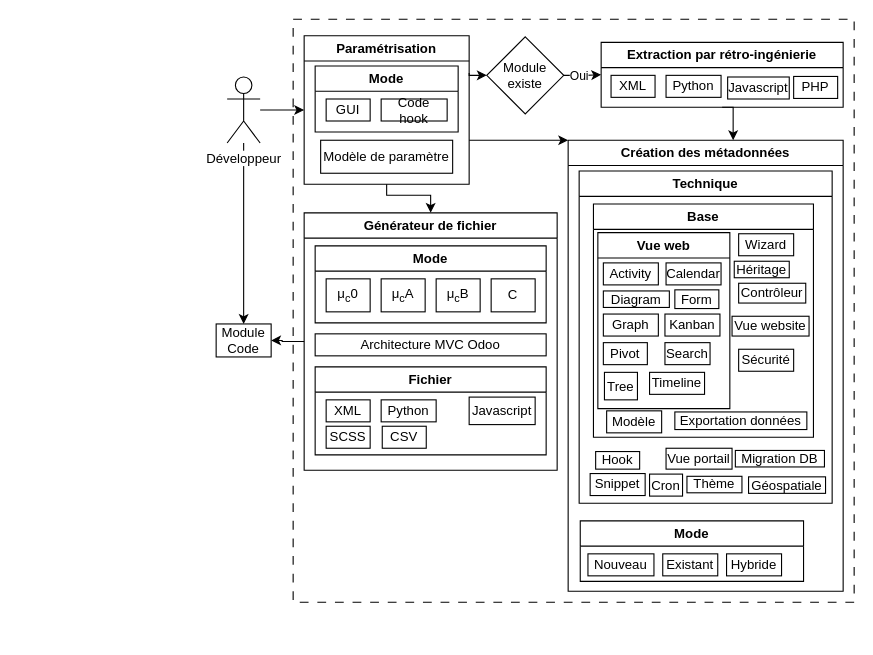
mathben/memoire_generateur_code_2023 keeps this draw.io diagram as diagramme/architecture_machine.drawio. Above is the earlier version. Source tidied: cells renumbered, new cells numbered last; positions are measured from the earlier drawing's top-left corner, leaving out a move shared by most shapes. Both pictures are drawn from the tidied source at 110%, with x=0, y=0 at pixel (216, 19).
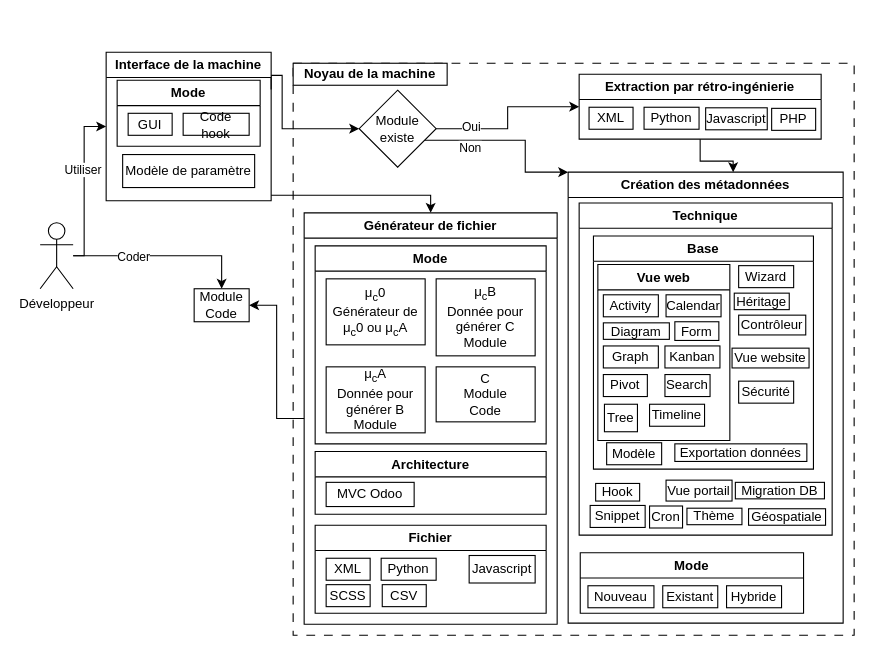
The same page after the edit.

Commit message (it also covers changes not shown here):
[UPD] avancement machine

Unchanged cells that the change refers to:
```xml
<mxCell id="4" style="edgeStyle=orthogonalEdgeStyle;rounded=0;jettySize=auto;html=1;entryX=0.5;entryY=0;entryDx=0;entryDy=0;" parent="1" edge="1" source="5" target="41">
  <mxGeometry relative="1" as="geometry" />
</mxCell>
<mxCell id="42" style="edgeStyle=orthogonalEdgeStyle;rounded=0;jettySize=auto;html=1;entryX=0;entryY=0.5;entryDx=0;entryDy=0;" parent="1" edge="1" source="44" target="12">
  <mxGeometry relative="1" as="geometry" />
</mxCell>
```

Diff of the diagram source:
```diff
@@
     <mxCell id="2" style="rounded=0;whiteSpace=wrap;html=1;dashed=1;dashPattern=8 8;fillColor=none;" parent="1" vertex="1">
-      <mxGeometry x="70" width="510" height="530" as="geometry" />
+      <mxGeometry x="70" y="40" width="510" height="520" as="geometry" />
     </mxCell>
     <mxCell id="3" style="edgeStyle=orthogonalEdgeStyle;rounded=0;jettySize=auto;html=1;entryX=0;entryY=0.5;entryDx=0;entryDy=0;" parent="1" edge="1" source="5" target="9">
-      <mxGeometry relative="1" as="geometry" />
+      <mxGeometry relative="1" as="geometry">
+        <Array as="points">
+          <mxPoint x="-120" y="98" />
+        </Array>
+      </mxGeometry>
     </mxCell>
+    <mxCell id="71" value="Utiliser" style="edgeLabel;html=1;align=center;verticalAlign=middle;" parent="3" vertex="1">
+      <mxGeometry x="0.2" y="2" relative="1" as="geometry" />
+    </mxCell>
@@
+    <mxCell id="72" value="Coder" style="edgeLabel;html=1;align=center;verticalAlign=middle;" parent="4" vertex="1">
+      <mxGeometry x="-0.34" relative="1" as="geometry" />
+    </mxCell>
     <mxCell id="5" value="&lt;span style=&quot;background-color: rgb(255, 255, 255); --darkreader-inline-bgcolor: #181a1b;&quot;&gt;Développeur&lt;/span&gt;" style="shape=umlActor;verticalLabelPosition=bottom;verticalAlign=top;html=1;outlineConnect=0;" parent="1" vertex="1">
-      <mxGeometry x="10" y="52.5" width="30" height="60" as="geometry" />
+      <mxGeometry x="-160" y="185" width="30" height="60" as="geometry" />
     </mxCell>
@@
-    <mxCell id="7" style="edgeStyle=orthogonalEdgeStyle;rounded=0;jettySize=auto;html=1;entryX=0;entryY=0;entryDx=0;entryDy=0;" parent="1" edge="1" source="9" target="16">
+    <mxCell id="7" style="edgeStyle=orthogonalEdgeStyle;rounded=0;jettySize=auto;html=1;entryX=0;entryY=0;entryDx=0;entryDy=0;exitX=0.5;exitY=1;exitDx=0;exitDy=0;" parent="1" edge="1" source="44" target="16">
       <mxGeometry relative="1" as="geometry">
         <Array as="points">
-          <mxPoint x="280" y="110" />
-          <mxPoint x="280" y="110" />
+          <mxPoint x="281" y="110" />
         </Array>
       </mxGeometry>
     </mxCell>
+    <mxCell id="73" value="Non" style="edgeLabel;html=1;align=center;verticalAlign=middle;" parent="7" vertex="1">
+      <mxGeometry x="-0.47" y="1" relative="1" as="geometry">
+        <mxPoint x="35" y="7" as="offset" />
+      </mxGeometry>
+    </mxCell>
     <mxCell id="8" style="edgeStyle=orthogonalEdgeStyle;rounded=0;jettySize=auto;html=1;exitX=1;exitY=0.25;exitDx=0;exitDy=0;entryX=0;entryY=0.5;entryDx=0;entryDy=0;" parent="1" edge="1" source="9" target="44">
       <mxGeometry relative="1" as="geometry">
         <Array as="points">
-          <mxPoint x="230" y="51" />
+          <mxPoint x="50" y="51" />
+          <mxPoint x="60" y="51" />
+          <mxPoint x="60" y="100" />
         </Array>
       </mxGeometry>
     </mxCell>
-    <mxCell id="9" value="Paramétrisation" style="swimlane;whiteSpace=wrap;html=1;" parent="1" vertex="1">
-      <mxGeometry x="80" y="15" width="150" height="135" as="geometry" />
-    </mxCell>
-    <mxCell id="10" value="Modèle de paramètre" style="rounded=0;whiteSpace=wrap;html=1;" parent="9" vertex="1">
-      <mxGeometry x="15" y="95" width="120" height="30" as="geometry" />
-    </mxCell>
@@
-    <mxCell id="12" value="Extraction par rétro-ingénierie" style="swimlane;whiteSpace=wrap;html=1;" parent="1" vertex="1">
-      <mxGeometry x="350" y="21" width="220" height="59" as="geometry" />
-    </mxCell>
-    <mxCell id="13" value="XML" style="rounded=0;whiteSpace=wrap;html=1;" parent="12" vertex="1">
-      <mxGeometry x="9" y="30" width="40" height="20" as="geometry" />
-    </mxCell>
-    <mxCell id="14" value="Python" style="rounded=0;whiteSpace=wrap;html=1;" parent="12" vertex="1">
-      <mxGeometry x="59" y="30" width="50" height="20" as="geometry" />
-    </mxCell>
-    <mxCell id="15" value="PHP" style="rounded=0;whiteSpace=wrap;html=1;" parent="12" vertex="1">
-      <mxGeometry x="175" y="31" width="40" height="20" as="geometry" />
-    </mxCell>
     <mxCell id="16" value="Création des métadonnées" style="swimlane;whiteSpace=wrap;html=1;" parent="1" vertex="1">
-      <mxGeometry x="320" y="110" width="250" height="410" as="geometry" />
+      <mxGeometry x="320" y="139" width="250" height="410" as="geometry" />
     </mxCell>
@@
     <mxCell id="29" value="Générateur de fichier" style="swimlane;whiteSpace=wrap;html=1;" parent="1" vertex="1">
-      <mxGeometry x="80" y="176" width="230" height="234" as="geometry" />
+      <mxGeometry x="80" y="176" width="230" height="374" as="geometry" />
     </mxCell>
     <mxCell id="30" value="Mode" style="swimlane;whiteSpace=wrap;html=1;" parent="29" vertex="1">
-      <mxGeometry x="10" y="30" width="210" height="70" as="geometry" />
+      <mxGeometry x="10" y="30" width="210" height="180" as="geometry" />
     </mxCell>
-    <mxCell id="31" value="C" style="rounded=0;whiteSpace=wrap;html=1;" parent="30" vertex="1">
-      <mxGeometry x="160" y="30" width="40" height="30" as="geometry" />
+    <mxCell id="31" value="&lt;div&gt;C&lt;/div&gt;&lt;div&gt;Module&lt;/div&gt;&lt;div&gt;Code&lt;br&gt;&lt;/div&gt;" style="rounded=0;whiteSpace=wrap;html=1;" parent="30" vertex="1">
+      <mxGeometry x="110" y="110" width="90" height="50" as="geometry" />
     </mxCell>
-    <mxCell id="32" value="μ&lt;sub&gt;c&lt;/sub&gt;0" style="rounded=0;whiteSpace=wrap;html=1;" parent="30" vertex="1">
-      <mxGeometry x="10" y="30" width="40" height="30" as="geometry" />
+    <mxCell id="32" value="&lt;div&gt;μ&lt;sub&gt;c&lt;/sub&gt;0&lt;/div&gt;&lt;div&gt;Générateur de μ&lt;sub&gt;c&lt;/sub&gt;0 ou μ&lt;sub&gt;c&lt;/sub&gt;A&lt;/div&gt;" style="rounded=0;whiteSpace=wrap;html=1;" parent="30" vertex="1">
+      <mxGeometry x="10" y="30" width="90" height="60" as="geometry" />
     </mxCell>
-    <mxCell id="33" value="μ&lt;sub&gt;c&lt;/sub&gt;A" style="rounded=0;whiteSpace=wrap;html=1;" parent="30" vertex="1">
-      <mxGeometry x="60" y="30" width="40" height="30" as="geometry" />
+    <mxCell id="33" value="&lt;div&gt;μ&lt;sub&gt;c&lt;/sub&gt;A&lt;/div&gt;&lt;div&gt;Donnée pour générer B&lt;/div&gt;&lt;div&gt;Module&lt;br&gt;&lt;/div&gt;" style="rounded=0;whiteSpace=wrap;html=1;" parent="30" vertex="1">
+      <mxGeometry x="10" y="110" width="90" height="60" as="geometry" />
     </mxCell>
-    <mxCell id="34" value="μ&lt;sub&gt;c&lt;/sub&gt;B" style="rounded=0;whiteSpace=wrap;html=1;" parent="30" vertex="1">
-      <mxGeometry x="110" y="30" width="40" height="30" as="geometry" />
+    <mxCell id="34" value="&lt;div&gt;μ&lt;sub&gt;c&lt;/sub&gt;B&lt;/div&gt;&lt;div&gt;Donnée pour générer C&lt;br&gt;&lt;/div&gt;&lt;div&gt;Module&lt;br&gt;&lt;/div&gt;" style="rounded=0;whiteSpace=wrap;html=1;" parent="30" vertex="1">
+      <mxGeometry x="110" y="30" width="90" height="70" as="geometry" />
     </mxCell>
-    <mxCell id="35" value="Architecture MVC Odoo" style="rounded=0;whiteSpace=wrap;html=1;" parent="29" vertex="1">
-      <mxGeometry x="10" y="110" width="210" height="20" as="geometry" />
-    </mxCell>
     <mxCell id="36" value="Fichier" style="swimlane;whiteSpace=wrap;html=1;" parent="29" vertex="1">
-      <mxGeometry x="10" y="140" width="210" height="80" as="geometry" />
+      <mxGeometry x="10" y="284" width="210" height="80" as="geometry" />
     </mxCell>
@@
     <mxCell id="41" value="&lt;div&gt;Module&lt;/div&gt;&lt;div&gt;Code&lt;br&gt;&lt;/div&gt;" style="rounded=0;whiteSpace=wrap;html=1;" parent="1" vertex="1">
-      <mxGeometry y="277" width="50" height="30" as="geometry" />
+      <mxGeometry x="-20" y="245" width="50" height="30" as="geometry" />
     </mxCell>
@@
     <mxCell id="43" value="Oui" style="edgeLabel;html=1;align=center;verticalAlign=middle;" parent="42" vertex="1">
-      <mxGeometry x="-0.23" relative="1" as="geometry" />
+      <mxGeometry x="-0.23" relative="1" as="geometry">
+        <mxPoint x="-27" y="-2" as="offset" />
+      </mxGeometry>
     </mxCell>
     <mxCell id="44" value="&lt;div&gt;Module&lt;/div&gt;&lt;div&gt;existe&lt;/div&gt;" style="rhombus;whiteSpace=wrap;html=1;" parent="1" vertex="1">
-      <mxGeometry x="246" y="16" width="70" height="70" as="geometry" />
+      <mxGeometry x="130" y="64.5" width="70" height="70" as="geometry" />
     </mxCell>
     <mxCell id="45" value="Géospatiale" style="rounded=0;whiteSpace=wrap;html=1;" parent="1" vertex="1">
-      <mxGeometry x="484" y="416" width="70" height="15" as="geometry" />
+      <mxGeometry x="484" y="445" width="70" height="15" as="geometry" />
     </mxCell>
     <mxCell id="46" value="Exportation données" style="rounded=0;whiteSpace=wrap;html=1;" parent="1" vertex="1">
-      <mxGeometry x="417" y="357" width="120" height="16" as="geometry" />
+      <mxGeometry x="417" y="386" width="120" height="16" as="geometry" />
     </mxCell>
     <mxCell id="47" value="Hook" style="rounded=0;whiteSpace=wrap;html=1;" parent="1" vertex="1">
-      <mxGeometry x="345" y="393" width="40" height="16" as="geometry" />
+      <mxGeometry x="345" y="422" width="40" height="16" as="geometry" />
     </mxCell>
-    <mxCell id="48" value="Javascript" style="rounded=0;whiteSpace=wrap;html=1;" parent="1" vertex="1">
-      <mxGeometry x="465" y="52.5" width="56" height="20" as="geometry" />
-    </mxCell>
     <mxCell id="49" value="SCSS" style="rounded=0;whiteSpace=wrap;html=1;" parent="1" vertex="1">
-      <mxGeometry x="100" y="370" width="40" height="20" as="geometry" />
+      <mxGeometry x="100" y="514" width="40" height="20" as="geometry" />
     </mxCell>
-    <mxCell id="50" value="Mode" style="swimlane;whiteSpace=wrap;html=1;" parent="1" vertex="1">
-      <mxGeometry x="90" y="42.5" width="130" height="60" as="geometry" />
-    </mxCell>
-    <mxCell id="51" value="GUI" style="rounded=0;whiteSpace=wrap;html=1;" parent="50" vertex="1">
-      <mxGeometry x="10" y="30" width="40" height="20" as="geometry" />
-    </mxCell>
-    <mxCell id="52" value="Code hook" style="rounded=0;whiteSpace=wrap;html=1;" parent="50" vertex="1">
-      <mxGeometry x="60" y="30" width="60" height="20" as="geometry" />
-    </mxCell>
     <mxCell id="53" value="Base" style="swimlane;whiteSpace=wrap;html=1;" parent="1" vertex="1">
-      <mxGeometry x="343" y="168" width="200" height="212" as="geometry" />
+      <mxGeometry x="343" y="197" width="200" height="212" as="geometry" />
     </mxCell>
@@
     <mxCell id="59" style="group;" parent="1" vertex="1">
-      <mxGeometry x="347" y="194" width="120" height="160" as="geometry" />
+      <mxGeometry x="347" y="223" width="120" height="160" as="geometry" />
     </mxCell>
@@
+    <mxCell id="74" value="Architecture" style="swimlane;whiteSpace=wrap;html=1;" parent="1" vertex="1">
+      <mxGeometry x="90" y="393" width="210" height="57" as="geometry" />
+    </mxCell>
+    <mxCell id="35" value="MVC Odoo" style="rounded=0;whiteSpace=wrap;html=1;" parent="74" vertex="1">
+      <mxGeometry x="10" y="28" width="80" height="22" as="geometry" />
+    </mxCell>
+    <mxCell id="75" style="group;" parent="1" vertex="1">
+      <mxGeometry x="-100" y="30" width="150" height="135" as="geometry" />
+    </mxCell>
+    <mxCell id="9" value="Interface de la machine" style="swimlane;whiteSpace=wrap;html=1;" parent="75" vertex="1">
+      <mxGeometry width="150" height="135" as="geometry" />
+    </mxCell>
+    <mxCell id="10" value="Modèle de paramètre" style="rounded=0;whiteSpace=wrap;html=1;" parent="9" vertex="1">
+      <mxGeometry x="15" y="93" width="120" height="30" as="geometry" />
+    </mxCell>
+    <mxCell id="50" value="Mode" style="swimlane;whiteSpace=wrap;html=1;" parent="75" vertex="1">
+      <mxGeometry x="10" y="25.5" width="130" height="60" as="geometry" />
+    </mxCell>
+    <mxCell id="51" value="GUI" style="rounded=0;whiteSpace=wrap;html=1;" parent="50" vertex="1">
+      <mxGeometry x="10" y="30" width="40" height="20" as="geometry" />
+    </mxCell>
+    <mxCell id="52" value="Code hook" style="rounded=0;whiteSpace=wrap;html=1;" parent="50" vertex="1">
+      <mxGeometry x="60" y="30" width="60" height="20" as="geometry" />
+    </mxCell>
+    <mxCell id="76" value="&lt;b&gt;Noyau de la machine&lt;br&gt;&lt;/b&gt;" style="rounded=0;whiteSpace=wrap;html=1;" parent="1" vertex="1">
+      <mxGeometry x="70" y="40" width="140" height="20" as="geometry" />
+    </mxCell>
+    <mxCell id="77" style="group;" parent="1" vertex="1">
+      <mxGeometry x="330" y="50" width="220" height="59" as="geometry" />
+    </mxCell>
+    <mxCell id="12" value="Extraction par rétro-ingénierie" style="swimlane;whiteSpace=wrap;html=1;" parent="77" vertex="1">
+      <mxGeometry width="220" height="59" as="geometry" />
+    </mxCell>
+    <mxCell id="13" value="XML" style="rounded=0;whiteSpace=wrap;html=1;" parent="12" vertex="1">
+      <mxGeometry x="9" y="30" width="40" height="20" as="geometry" />
+    </mxCell>
+    <mxCell id="14" value="Python" style="rounded=0;whiteSpace=wrap;html=1;" parent="12" vertex="1">
+      <mxGeometry x="59" y="30" width="50" height="20" as="geometry" />
+    </mxCell>
+    <mxCell id="15" value="PHP" style="rounded=0;whiteSpace=wrap;html=1;" parent="12" vertex="1">
+      <mxGeometry x="175" y="31" width="40" height="20" as="geometry" />
+    </mxCell>
+    <mxCell id="48" value="Javascript" style="rounded=0;whiteSpace=wrap;html=1;" parent="77" vertex="1">
+      <mxGeometry x="115" y="30.5" width="56" height="20" as="geometry" />
+    </mxCell>
```
